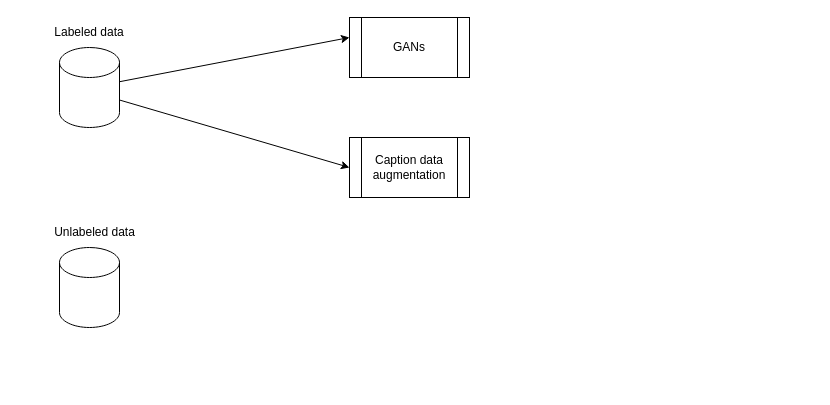
Earlier version of the draw.io diagram docs/Untitled Diagram.drawio (KamenDamov/IFT3710-Advanced-Project-in-ML-AI). Source tidied: cells renumbered, new cells numbered last; positions are measured from the earlier drawing's top-left corner, leaving out a move shared by most shapes. Both pictures are drawn from the tidied source at 100%, with x=0, y=0 at pixel (17, 17).
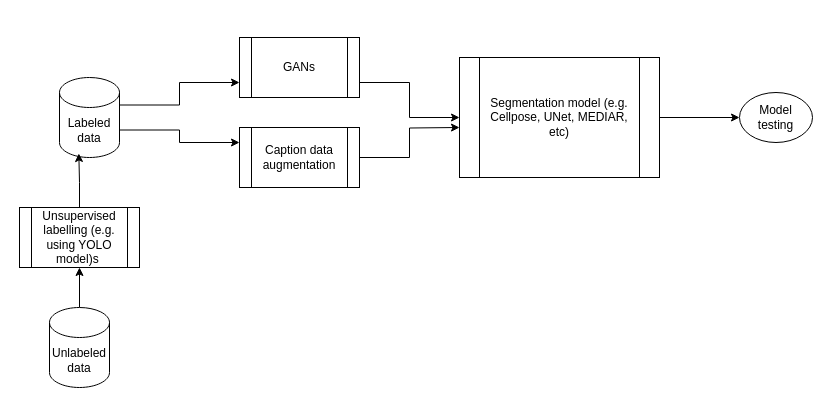
After the change.

The edit, as a diff of the source:
```diff
@@
 <mxGraphModel>
   <root>
     <mxCell id="0" />
     <mxCell id="1" parent="0" />
+    <mxCell id="10" style="edgeStyle=orthogonalEdgeStyle;rounded=0;jettySize=auto;html=1;exitX=1;exitY=0;exitDx=0;exitDy=52.5;exitPerimeter=0;entryX=0;entryY=0.25;entryDx=0;entryDy=0;" parent="1" edge="1" source="2" target="9">
+      <mxGeometry relative="1" as="geometry" />
+    </mxCell>
+    <mxCell id="11" style="edgeStyle=orthogonalEdgeStyle;rounded=0;jettySize=auto;html=1;exitX=1;exitY=0;exitDx=0;exitDy=27.5;exitPerimeter=0;entryX=0;entryY=0.75;entryDx=0;entryDy=0;" parent="1" edge="1" source="2" target="8">
+      <mxGeometry relative="1" as="geometry" />
+    </mxCell>
-    <mxCell id="2" style="shape=cylinder3;whiteSpace=wrap;html=1;boundedLbl=1;backgroundOutline=1;size=15;" parent="1" vertex="1">
-      <mxGeometry x="42" y="30" width="60" height="80" as="geometry" />
+    <mxCell id="2" value="Labeled data" style="shape=cylinder3;whiteSpace=wrap;html=1;boundedLbl=1;backgroundOutline=1;size=15;" parent="1" vertex="1">
+      <mxGeometry x="42" y="60" width="60" height="80" as="geometry" />
     </mxCell>
+    <mxCell id="12" style="edgeStyle=orthogonalEdgeStyle;rounded=0;jettySize=auto;html=1;exitX=0.5;exitY=0;exitDx=0;exitDy=0;exitPerimeter=0;" parent="1" edge="1" source="3" target="15">
+      <mxGeometry relative="1" as="geometry" />
+    </mxCell>
-    <mxCell id="3" style="shape=cylinder3;whiteSpace=wrap;html=1;boundedLbl=1;backgroundOutline=1;size=15;" parent="1" vertex="1">
-      <mxGeometry x="42" y="230" width="60" height="80" as="geometry" />
+    <mxCell id="3" value="Unlabeled data" style="shape=cylinder3;whiteSpace=wrap;html=1;boundedLbl=1;backgroundOutline=1;size=15;" parent="1" vertex="1">
+      <mxGeometry x="32" y="290" width="60" height="80" as="geometry" />
     </mxCell>
-    <mxCell id="4" value="Unlabe&lt;span style=&quot;background-color: transparent; color: light-dark(rgb(0, 0, 0), rgb(255, 255, 255));&quot;&gt;led data&lt;/span&gt;" style="text;html=1;align=center;verticalAlign=middle;whiteSpace=wrap;rounded=0;" parent="1" vertex="1">
-      <mxGeometry x="-0.5" y="200" width="155" height="30" as="geometry" />
-    </mxCell>
-    <mxCell id="5" value="Labeled data" style="text;html=1;align=center;verticalAlign=middle;whiteSpace=wrap;rounded=0;" parent="1" vertex="1">
-      <mxGeometry x="12" width="120" height="30" as="geometry" />
-    </mxCell>
-    <mxCell id="6" style="endArrow=classic;html=1;rounded=0;" parent="1" edge="1" source="2">
-      <mxGeometry relative="1" as="geometry">
-        <mxPoint x="332" y="20" as="targetPoint" />
-      </mxGeometry>
-    </mxCell>
-    <mxCell id="7" style="endArrow=classic;html=1;rounded=0;exitX=1;exitY=0;exitDx=0;exitDy=52.5;exitPerimeter=0;" parent="1" edge="1" source="2">
-      <mxGeometry relative="1" as="geometry">
-        <mxPoint x="332" y="150" as="targetPoint" />
-      </mxGeometry>
-    </mxCell>
+    <mxCell id="13" style="edgeStyle=orthogonalEdgeStyle;rounded=0;jettySize=auto;html=1;exitX=1;exitY=0.75;exitDx=0;exitDy=0;" parent="1" edge="1" source="8" target="18">
+      <mxGeometry relative="1" as="geometry" />
+    </mxCell>
     <mxCell id="8" value="GANs" style="shape=process;whiteSpace=wrap;html=1;backgroundOutline=1;" parent="1" vertex="1">
-      <mxGeometry x="332" width="120" height="60" as="geometry" />
+      <mxGeometry x="222" y="20" width="120" height="60" as="geometry" />
     </mxCell>
+    <mxCell id="14" style="edgeStyle=orthogonalEdgeStyle;rounded=0;jettySize=auto;html=1;exitX=1;exitY=0.5;exitDx=0;exitDy=0;" parent="1" edge="1" source="9">
+      <mxGeometry relative="1" as="geometry">
+        <mxPoint x="442" y="110" as="targetPoint" />
+      </mxGeometry>
+    </mxCell>
     <mxCell id="9" value="Caption data augmentation" style="shape=process;whiteSpace=wrap;html=1;backgroundOutline=1;" parent="1" vertex="1">
-      <mxGeometry x="332" y="120" width="120" height="60" as="geometry" />
+      <mxGeometry x="222" y="110" width="120" height="60" as="geometry" />
     </mxCell>
+    <mxCell id="15" value="Unsupervised labelling (e.g. using YOLO model)s&lt;span style=&quot;background-color: transparent; color: light-dark(rgb(0, 0, 0), rgb(255, 255, 255));&quot;&gt;&amp;nbsp;&lt;/span&gt;" style="shape=process;whiteSpace=wrap;html=1;backgroundOutline=1;" parent="1" vertex="1">
+      <mxGeometry x="2" y="190" width="120" height="60" as="geometry" />
+    </mxCell>
+    <mxCell id="16" style="edgeStyle=orthogonalEdgeStyle;rounded=0;jettySize=auto;html=1;exitX=0.5;exitY=0;exitDx=0;exitDy=0;entryX=0.322;entryY=0.95;entryDx=0;entryDy=0;entryPerimeter=0;" parent="1" edge="1" source="15" target="2">
+      <mxGeometry relative="1" as="geometry" />
+    </mxCell>
+    <mxCell id="17" style="edgeStyle=orthogonalEdgeStyle;rounded=0;jettySize=auto;html=1;exitX=1;exitY=0.5;exitDx=0;exitDy=0;entryX=0;entryY=0.5;entryDx=0;entryDy=0;" parent="1" edge="1" source="18" target="19">
+      <mxGeometry relative="1" as="geometry" />
+    </mxCell>
+    <mxCell id="18" value="Segmentation model (e.g. Cellpose, UNet, MEDIAR&lt;span style=&quot;background-color: transparent; color: light-dark(rgb(0, 0, 0), rgb(255, 255, 255));&quot;&gt;, etc)&lt;/span&gt;" style="shape=process;whiteSpace=wrap;html=1;backgroundOutline=1;" parent="1" vertex="1">
+      <mxGeometry x="442" y="40" width="200" height="120" as="geometry" />
+    </mxCell>
+    <mxCell id="19" value="Model testing" style="ellipse;whiteSpace=wrap;html=1;" parent="1" vertex="1">
+      <mxGeometry x="722" y="75" width="73" height="50" as="geometry" />
+    </mxCell>
   </root>
 </mxGraphModel>
```
